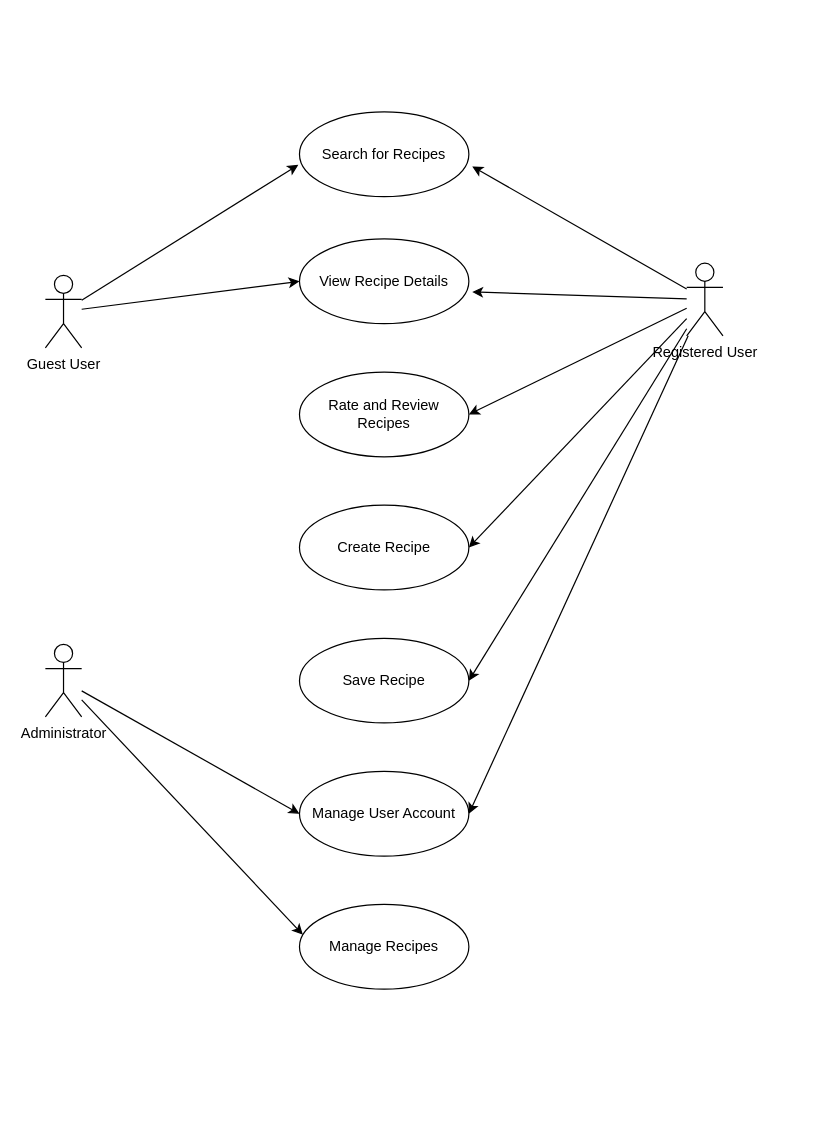
Above: Use Case Recipe web.drawio in ziard47/Diagram (draw.io), before the change. Source tidied: cells renumbered, new cells numbered last; positions are measured from the earlier drawing's top-left corner, leaving out a move shared by most shapes. Both pictures are drawn from the tidied source at 121%, with x=0, y=0 at pixel (45, 111).
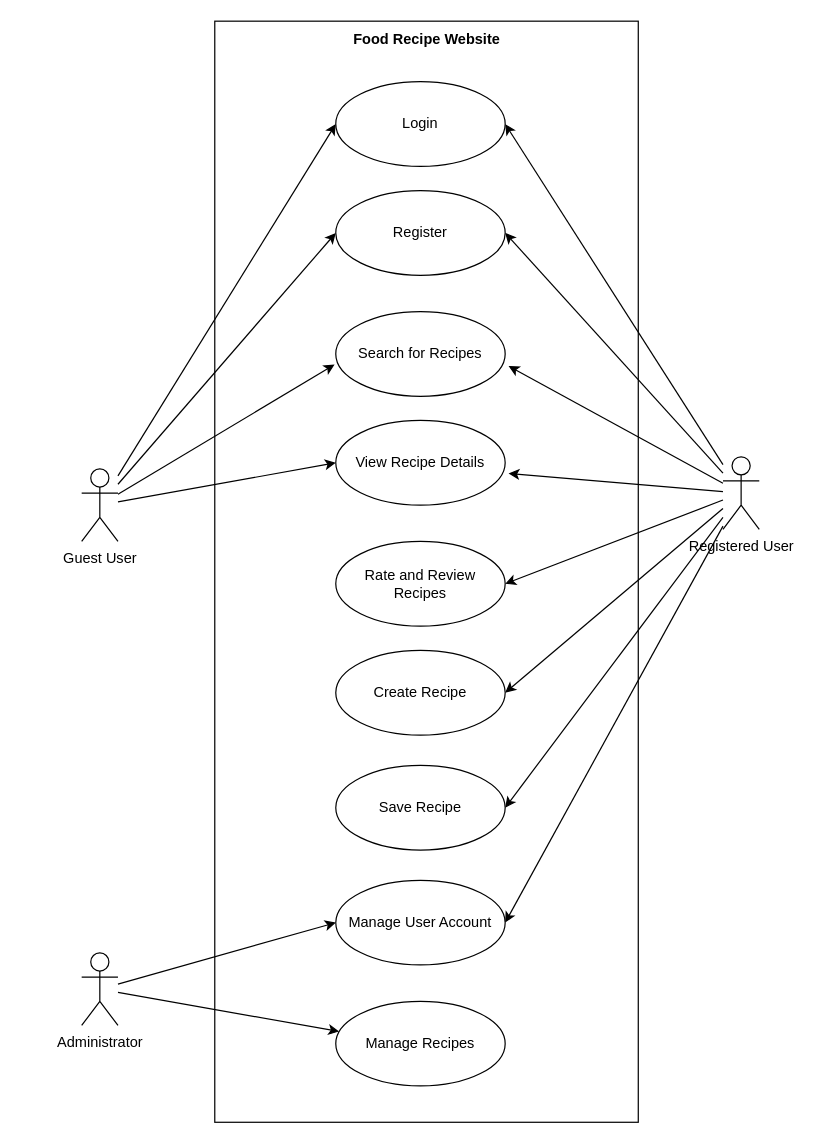
The same diagram, later.

Change to the diagram source:
```diff
@@
+    <mxCell id="22" style="edgeStyle=none;rounded=0;jettySize=auto;html=1;entryX=1;entryY=0.5;entryDx=0;entryDy=0;" parent="1" edge="1" source="8" target="27">
+      <mxGeometry relative="1" as="geometry" />
+    </mxCell>
+    <mxCell id="23" style="edgeStyle=none;rounded=0;jettySize=auto;html=1;entryX=1;entryY=0.5;entryDx=0;entryDy=0;" parent="1" edge="1" source="8" target="26">
+      <mxGeometry relative="1" as="geometry" />
+    </mxCell>
     <mxCell id="8" value="Registered User" style="shape=umlActor;verticalLabelPosition=bottom;verticalAlign=top;html=1;" parent="1" vertex="1">
-      <mxGeometry x="530" y="125" width="30" height="60" as="geometry" />
+      <mxGeometry x="560" y="285" width="30" height="60" as="geometry" />
     </mxCell>
@@
+    <mxCell id="24" style="edgeStyle=none;rounded=0;jettySize=auto;html=1;entryX=0;entryY=0.5;entryDx=0;entryDy=0;" parent="1" edge="1" source="11" target="27">
+      <mxGeometry relative="1" as="geometry" />
+    </mxCell>
+    <mxCell id="25" style="edgeStyle=none;rounded=0;jettySize=auto;html=1;entryX=0;entryY=0.5;entryDx=0;entryDy=0;" parent="1" edge="1" source="11" target="26">
+      <mxGeometry relative="1" as="geometry" />
+    </mxCell>
     <mxCell id="11" value="Guest User" style="shape=umlActor;verticalLabelPosition=bottom;verticalAlign=top;html=1;" parent="1" vertex="1">
-      <mxGeometry y="135" width="30" height="60" as="geometry" />
+      <mxGeometry x="30" y="295" width="30" height="60" as="geometry" />
     </mxCell>
@@
     <mxCell id="14" value="Administrator " style="shape=umlActor;verticalLabelPosition=bottom;verticalAlign=top;html=1;" parent="1" vertex="1">
-      <mxGeometry y="440" width="30" height="60" as="geometry" />
+      <mxGeometry x="30" y="695" width="30" height="60" as="geometry" />
     </mxCell>
     <mxCell id="15" value="Search for Recipes" style="ellipse;whiteSpace=wrap;html=1;" parent="1" vertex="1">
-      <mxGeometry x="210" width="140" height="70" as="geometry" />
+      <mxGeometry x="240" y="165" width="140" height="70" as="geometry" />
     </mxCell>
     <mxCell id="16" value="View Recipe Details" style="ellipse;whiteSpace=wrap;html=1;" parent="1" vertex="1">
-      <mxGeometry x="210" y="105" width="140" height="70" as="geometry" />
+      <mxGeometry x="240" y="255" width="140" height="70" as="geometry" />
     </mxCell>
     <mxCell id="17" value="Rate and Review Recipes" style="ellipse;whiteSpace=wrap;html=1;" parent="1" vertex="1">
-      <mxGeometry x="210" y="215" width="140" height="70" as="geometry" />
+      <mxGeometry x="240" y="355" width="140" height="70" as="geometry" />
     </mxCell>
     <mxCell id="18" value="Create Recipe" style="ellipse;whiteSpace=wrap;html=1;" parent="1" vertex="1">
-      <mxGeometry x="210" y="325" width="140" height="70" as="geometry" />
+      <mxGeometry x="240" y="445" width="140" height="70" as="geometry" />
     </mxCell>
     <mxCell id="19" value="Save Recipe" style="ellipse;whiteSpace=wrap;html=1;" parent="1" vertex="1">
-      <mxGeometry x="210" y="435" width="140" height="70" as="geometry" />
+      <mxGeometry x="240" y="540" width="140" height="70" as="geometry" />
     </mxCell>
     <mxCell id="20" value="Manage User Account" style="ellipse;whiteSpace=wrap;html=1;" parent="1" vertex="1">
-      <mxGeometry x="210" y="545" width="140" height="70" as="geometry" />
+      <mxGeometry x="240" y="635" width="140" height="70" as="geometry" />
     </mxCell>
     <mxCell id="21" value="Manage Recipes " style="ellipse;whiteSpace=wrap;html=1;" parent="1" vertex="1">
-      <mxGeometry x="210" y="655" width="140" height="70" as="geometry" />
+      <mxGeometry x="240" y="735" width="140" height="70" as="geometry" />
     </mxCell>
+    <mxCell id="26" value="Login" style="ellipse;whiteSpace=wrap;html=1;" parent="1" vertex="1">
+      <mxGeometry x="240" y="-25" width="140" height="70" as="geometry" />
+    </mxCell>
+    <mxCell id="27" value="Register" style="ellipse;whiteSpace=wrap;html=1;" parent="1" vertex="1">
+      <mxGeometry x="240" y="65" width="140" height="70" as="geometry" />
+    </mxCell>
+    <mxCell id="28" style="html=1;whiteSpace=wrap;fillColor=none;" parent="1" vertex="1">
+      <mxGeometry x="140" y="-75" width="350" height="910" as="geometry" />
+    </mxCell>
+    <mxCell id="29" value="Food Recipe Website" style="text;html=1;strokeColor=none;fillColor=none;align=center;verticalAlign=middle;whiteSpace=wrap;rounded=0;fontStyle=1;" parent="1" vertex="1">
+      <mxGeometry x="247.5" y="-75" width="135" height="30" as="geometry" />
+    </mxCell>
```
